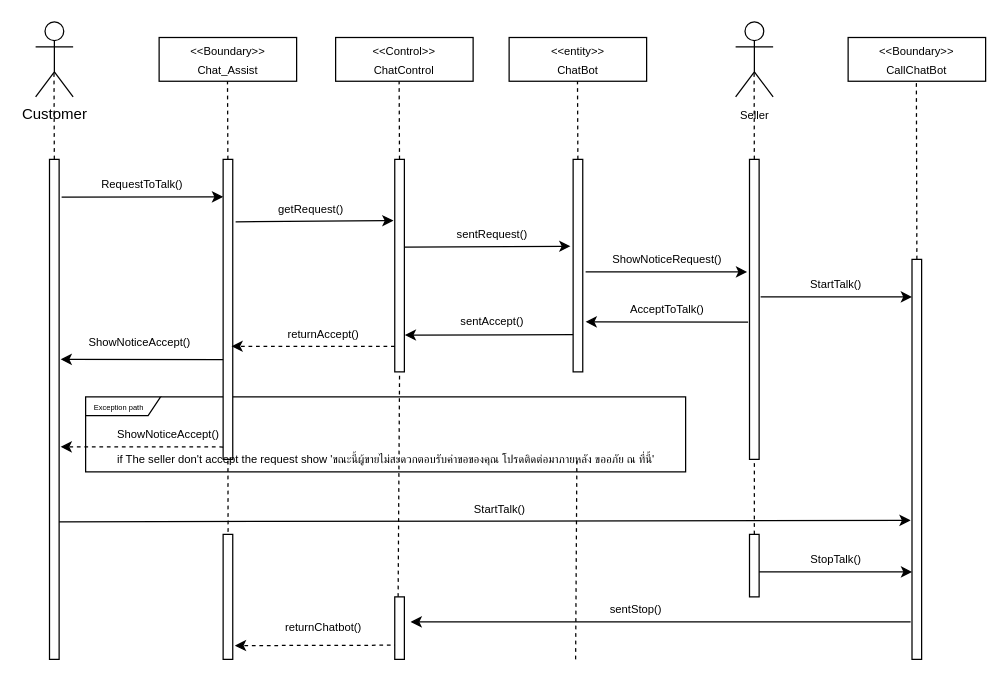
Before: page "Page-1" (1 of 2) of Talk with Seller.drawio in munkeawtoast/isad-diagrams, a draw.io diagram. Source tidied: cells renumbered, new cells numbered last; positions are measured from the earlier drawing's top-left corner, leaving out a move shared by most shapes. Both pictures are drawn from the tidied source at 125%, with x=0, y=0 at pixel (35, 21).
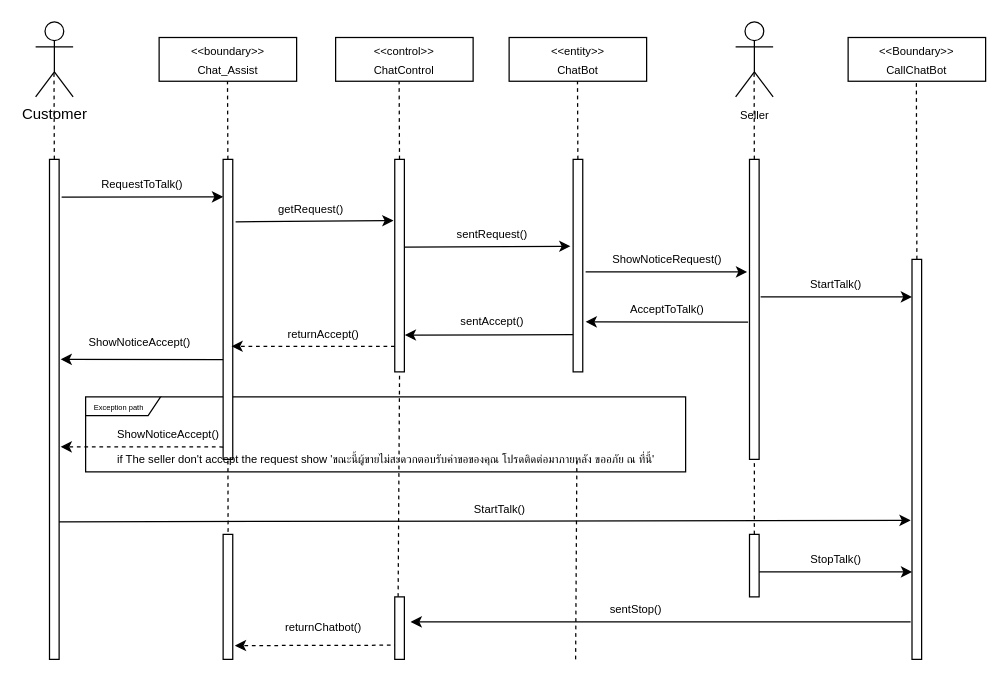
The same diagram, later.

Diff of the diagram source:
```diff
@@
-    <mxCell id="4" value="&lt;font style=&quot;font-size: 9px;&quot;&gt;&amp;lt;&amp;lt;Control&amp;gt;&amp;gt;&lt;br&gt;ChatControl&lt;br&gt;&lt;/font&gt;" style="rounded=0;whiteSpace=wrap;html=1;" parent="1" vertex="1">
+    <mxCell id="4" value="&lt;font style=&quot;font-size: 9px;&quot;&gt;&amp;lt;&amp;lt;control&amp;gt;&amp;gt;&lt;br&gt;ChatControl&lt;br&gt;&lt;/font&gt;" style="rounded=0;whiteSpace=wrap;html=1;" parent="1" vertex="1">
       <mxGeometry x="240" y="12.5" width="110" height="35" as="geometry" />
     </mxCell>
@@
-    <mxCell id="10" value="&lt;font style=&quot;font-size: 9px;&quot;&gt;&amp;lt;&amp;lt;Boundary&amp;gt;&amp;gt;&lt;br&gt;Chat_Assist&lt;br&gt;&lt;/font&gt;" style="rounded=0;whiteSpace=wrap;html=1;" parent="1" vertex="1">
+    <mxCell id="10" value="&lt;font style=&quot;font-size: 9px;&quot;&gt;&amp;lt;&amp;lt;boundary&amp;gt;&amp;gt;&lt;br&gt;Chat_Assist&lt;br&gt;&lt;/font&gt;" style="rounded=0;whiteSpace=wrap;html=1;" parent="1" vertex="1">
       <mxGeometry x="98.8" y="12.5" width="110" height="35" as="geometry" />
     </mxCell>
```
